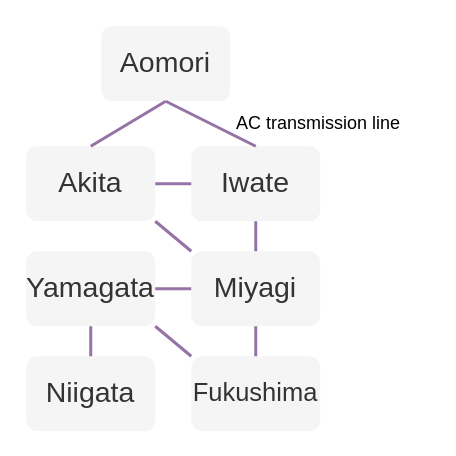
Above: images/model.drawio in tetsu26/Calliope-seminar (draw.io), before the change. Source tidied: cells renumbered, new cells numbered last; positions are measured from the earlier drawing's top-left corner, leaving out a move shared by most shapes. Both pictures are drawn from the tidied source at 150%, with x=0, y=0 at pixel (26, 26).
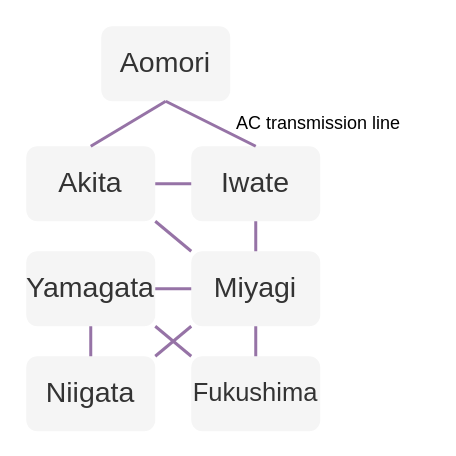
The same page after the edit.

What changed in the source:
```diff
@@
 <mxGraphModel>
   <root>
     <mxCell id="0" />
     <mxCell id="1" parent="0" />
     <mxCell id="2" value="&lt;font style=&quot;font-size: 19px&quot;&gt;Aomori&lt;/font&gt;" style="rounded=1;whiteSpace=wrap;html=1;fillColor=#f5f5f5;fontColor=#333333;strokeColor=none;" parent="1" vertex="1">
       <mxGeometry x="50" width="86" height="50" as="geometry" />
     </mxCell>
     <mxCell id="3" value="&lt;font style=&quot;font-size: 19px&quot;&gt;Iwate&lt;/font&gt;" style="rounded=1;whiteSpace=wrap;html=1;fillColor=#f5f5f5;fontColor=#333333;strokeColor=none;" parent="1" vertex="1">
       <mxGeometry x="110" y="80" width="86" height="50" as="geometry" />
     </mxCell>
     <mxCell id="4" value="&lt;font style=&quot;font-size: 19px&quot;&gt;Akita&lt;/font&gt;" style="rounded=1;whiteSpace=wrap;html=1;fillColor=#f5f5f5;fontColor=#333333;strokeColor=none;" parent="1" vertex="1">
       <mxGeometry y="80" width="86" height="50" as="geometry" />
     </mxCell>
     <mxCell id="5" value="&lt;font style=&quot;font-size: 19px&quot;&gt;Miyagi&lt;/font&gt;" style="rounded=1;whiteSpace=wrap;html=1;fillColor=#f5f5f5;fontColor=#333333;strokeColor=none;" parent="1" vertex="1">
       <mxGeometry x="110" y="150" width="86" height="50" as="geometry" />
     </mxCell>
     <mxCell id="6" value="&lt;font style=&quot;font-size: 19px&quot;&gt;Yamagata&lt;/font&gt;" style="rounded=1;whiteSpace=wrap;html=1;fillColor=#f5f5f5;fontColor=#333333;strokeColor=none;" parent="1" vertex="1">
       <mxGeometry y="150" width="86" height="50" as="geometry" />
     </mxCell>
     <mxCell id="7" value="&lt;font style=&quot;font-size: 17px&quot;&gt;Fukushima&lt;/font&gt;" style="rounded=1;whiteSpace=wrap;html=1;fillColor=#f5f5f5;fontColor=#333333;strokeColor=none;" parent="1" vertex="1">
       <mxGeometry x="110" y="220" width="86" height="50" as="geometry" />
     </mxCell>
     <mxCell id="8" value="&lt;font style=&quot;font-size: 19px&quot;&gt;Niigata&lt;/font&gt;" style="rounded=1;whiteSpace=wrap;html=1;fillColor=#f5f5f5;fontColor=#333333;strokeColor=none;" parent="1" vertex="1">
       <mxGeometry y="220" width="86" height="50" as="geometry" />
     </mxCell>
     <mxCell id="9" style="endArrow=none;html=1;fillColor=#e1d5e7;strokeColor=#9673a6;entryX=0.5;entryY=1;entryDx=0;entryDy=0;exitX=0.5;exitY=0;exitDx=0;exitDy=0;strokeWidth=2;" parent="1" edge="1" source="3" target="2">
       <mxGeometry relative="1" as="geometry" />
     </mxCell>
     <mxCell id="10" style="endArrow=none;html=1;fillColor=#e1d5e7;strokeColor=#9673a6;entryX=0.5;entryY=1;entryDx=0;entryDy=0;exitX=0.5;exitY=0;exitDx=0;exitDy=0;strokeWidth=2;" parent="1" edge="1" source="4" target="2">
       <mxGeometry relative="1" as="geometry" />
     </mxCell>
     <mxCell id="11" style="endArrow=none;html=1;fillColor=#e1d5e7;strokeColor=#9673a6;entryX=1;entryY=0.5;entryDx=0;entryDy=0;exitX=0;exitY=0.5;exitDx=0;exitDy=0;strokeWidth=2;" parent="1" edge="1" source="3" target="4">
       <mxGeometry relative="1" as="geometry" />
     </mxCell>
     <mxCell id="12" style="endArrow=none;html=1;fillColor=#e1d5e7;strokeColor=#9673a6;entryX=0.5;entryY=1;entryDx=0;entryDy=0;exitX=0.5;exitY=0;exitDx=0;exitDy=0;strokeWidth=2;" parent="1" edge="1" source="5" target="3">
       <mxGeometry relative="1" as="geometry" />
     </mxCell>
     <mxCell id="13" style="endArrow=none;html=1;fillColor=#e1d5e7;strokeColor=#9673a6;entryX=1;entryY=1;entryDx=0;entryDy=0;exitX=0;exitY=0;exitDx=0;exitDy=0;strokeWidth=2;" parent="1" edge="1" source="5" target="4">
       <mxGeometry relative="1" as="geometry" />
     </mxCell>
     <mxCell id="14" style="endArrow=none;html=1;fillColor=#e1d5e7;strokeColor=#9673a6;entryX=1;entryY=0.5;entryDx=0;entryDy=0;exitX=0;exitY=0.5;exitDx=0;exitDy=0;strokeWidth=2;" parent="1" edge="1" source="5" target="6">
       <mxGeometry relative="1" as="geometry" />
     </mxCell>
     <mxCell id="15" style="endArrow=none;html=1;fillColor=#e1d5e7;strokeColor=#9673a6;entryX=0.5;entryY=0;entryDx=0;entryDy=0;exitX=0.5;exitY=1;exitDx=0;exitDy=0;strokeWidth=2;" parent="1" edge="1" source="5" target="7">
       <mxGeometry relative="1" as="geometry" />
     </mxCell>
     <mxCell id="16" style="endArrow=none;html=1;fillColor=#e1d5e7;strokeColor=#9673a6;entryX=0;entryY=0;entryDx=0;entryDy=0;exitX=1;exitY=1;exitDx=0;exitDy=0;strokeWidth=2;" parent="1" edge="1" source="6" target="7">
       <mxGeometry relative="1" as="geometry" />
     </mxCell>
     <mxCell id="17" style="endArrow=none;html=1;fillColor=#e1d5e7;strokeColor=#9673a6;entryX=0.5;entryY=0;entryDx=0;entryDy=0;exitX=0.5;exitY=1;exitDx=0;exitDy=0;strokeWidth=2;" parent="1" edge="1" source="6" target="8">
       <mxGeometry relative="1" as="geometry" />
     </mxCell>
     <mxCell id="18" value="AC transmission line" style="text;html=1;strokeColor=none;fillColor=none;align=center;verticalAlign=middle;whiteSpace=wrap;rounded=0;" parent="1" vertex="1">
       <mxGeometry x="120" y="60" width="150" height="10" as="geometry" />
     </mxCell>
+    <mxCell id="19" style="endArrow=none;html=1;fillColor=#e1d5e7;strokeColor=#9673a6;entryX=1;entryY=0;entryDx=0;entryDy=0;exitX=0;exitY=1;exitDx=0;exitDy=0;strokeWidth=2;" parent="1" edge="1" source="5" target="8">
+      <mxGeometry relative="1" as="geometry" />
+    </mxCell>
   </root>
 </mxGraphModel>
```
